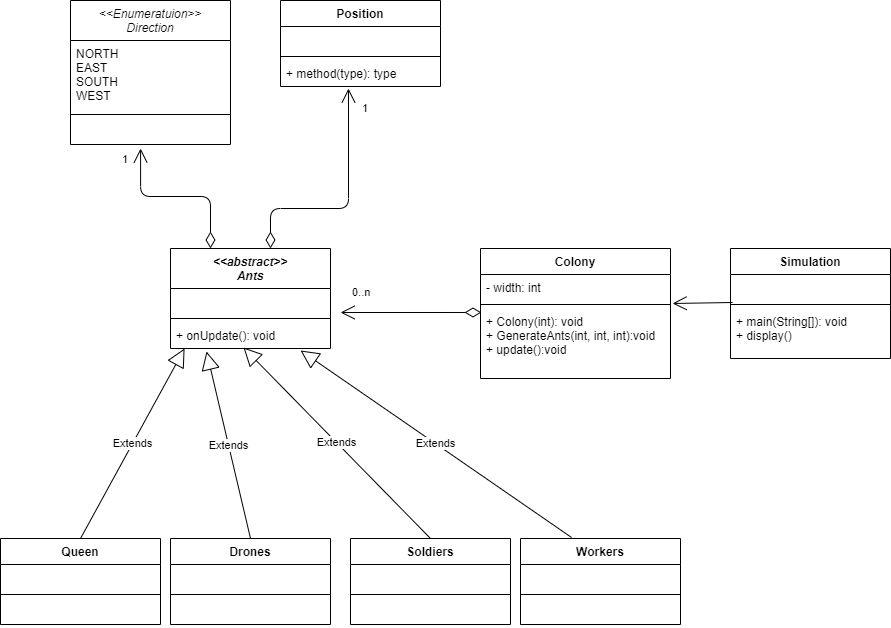
Above: src/main/resources/diagram-plan.png in kisslas2020/life-of-the-ants (draw.io), before the change. Source tidied: cells renumbered, new cells last; positions are measured from the earlier drawing's top-left corner, leaving out a move shared by most shapes.
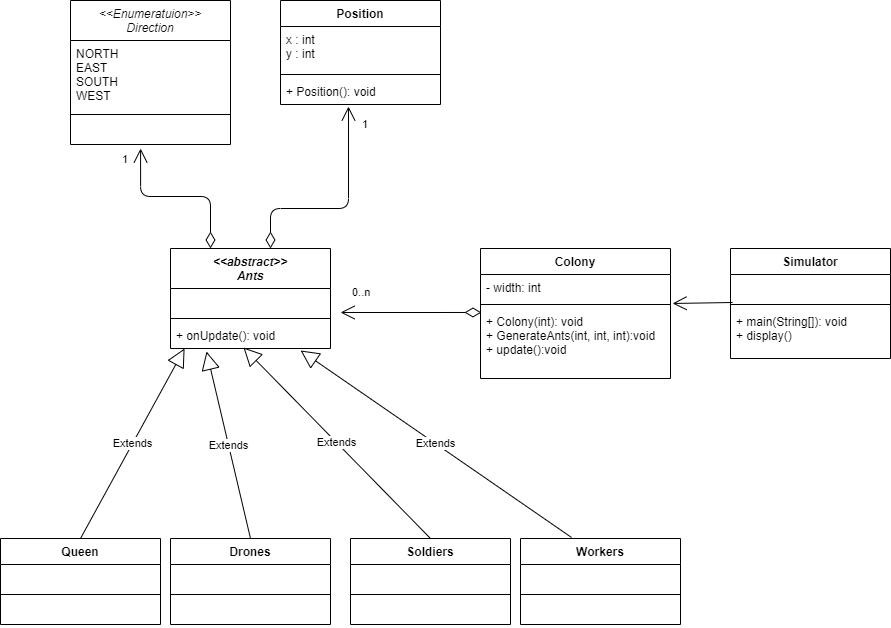
The same diagram one commit later.

Commit message:
more corrections on uml-starter

Change to the diagram source:
```diff
@@ -86,7 +86,7 @@
     <mxCell id="29" value="Extends" style="endArrow=block;endSize=16;endFill=0;html=1;exitX=0.5;exitY=0;exitDx=0;exitDy=0;entryX=0.456;entryY=0.962;entryDx=0;entryDy=0;entryPerimeter=0;" parent="1" edge="1" source="10" target="9">
       <mxGeometry relative="1" as="geometry" />
     </mxCell>
-    <mxCell id="30" value="Simulation" style="swimlane;fontStyle=1;align=center;verticalAlign=top;horizontal=1;startSize=26;" parent="1" vertex="1">
+    <mxCell id="30" value="Simulator" style="swimlane;fontStyle=1;align=center;verticalAlign=top;horizontal=1;startSize=26;" parent="1" vertex="1">
       <mxGeometry x="730" y="248" width="160" height="110" as="geometry" />
     </mxCell>
     <mxCell id="31" value=" " style="text;strokeColor=none;fillColor=none;align=left;verticalAlign=top;spacingLeft=4;spacingRight=4;overflow=hidden;points=[[0,0.5],[1,0.5]];portConstraint=eastwest;" parent="30" vertex="1">
@@ -111,16 +111,16 @@
       <mxGeometry y="118" width="160" height="26" as="geometry" />
     </mxCell>
     <mxCell id="38" value="Position" style="swimlane;fontStyle=1;align=center;verticalAlign=top;horizontal=1;startSize=26;" parent="1" vertex="1">
-      <mxGeometry x="280" width="160" height="86" as="geometry" />
+      <mxGeometry x="280" width="160" height="104" as="geometry" />
     </mxCell>
-    <mxCell id="39" value=" " style="text;strokeColor=none;fillColor=none;align=left;verticalAlign=top;spacingLeft=4;spacingRight=4;overflow=hidden;" parent="38" vertex="1">
-      <mxGeometry y="26" width="160" height="26" as="geometry" />
+    <mxCell id="39" value="x : int&#10;y : int" style="text;strokeColor=none;fillColor=none;align=left;verticalAlign=top;spacingLeft=4;spacingRight=4;overflow=hidden;" parent="38" vertex="1">
+      <mxGeometry y="26" width="160" height="44" as="geometry" />
     </mxCell>
     <mxCell id="40" style="line;strokeWidth=1;fillColor=none;align=left;verticalAlign=middle;spacingTop=-1;spacingLeft=3;spacingRight=3;labelPosition=right;" parent="38" vertex="1">
-      <mxGeometry y="52" width="160" height="8" as="geometry" />
+      <mxGeometry y="70" width="160" height="8" as="geometry" />
     </mxCell>
-    <mxCell id="41" value="+ method(type): type" style="text;strokeColor=none;fillColor=none;align=left;verticalAlign=top;spacingLeft=4;spacingRight=4;overflow=hidden;points=[[0,0.5],[1,0.5]];portConstraint=eastwest;" parent="38" vertex="1">
-      <mxGeometry y="60" width="160" height="26" as="geometry" />
+    <mxCell id="41" value="+ Position(): void" style="text;strokeColor=none;fillColor=none;align=left;verticalAlign=top;spacingLeft=4;spacingRight=4;overflow=hidden;points=[[0,0.5],[1,0.5]];portConstraint=eastwest;" parent="38" vertex="1">
+      <mxGeometry y="78" width="160" height="26" as="geometry" />
     </mxCell>
     <mxCell id="42" value="0..n" style="endArrow=open;html=1;endSize=12;startArrow=diamondThin;startSize=14;startFill=0;edgeStyle=orthogonalEdgeStyle;align=left;verticalAlign=bottom;exitX=0.005;exitY=0.057;exitDx=0;exitDy=0;exitPerimeter=0;entryX=1.063;entryY=0.923;entryDx=0;entryDy=0;entryPerimeter=0;" parent="1" edge="1" source="5" target="7">
       <mxGeometry x="0.86" y="-11" relative="1" as="geometry" />
```
